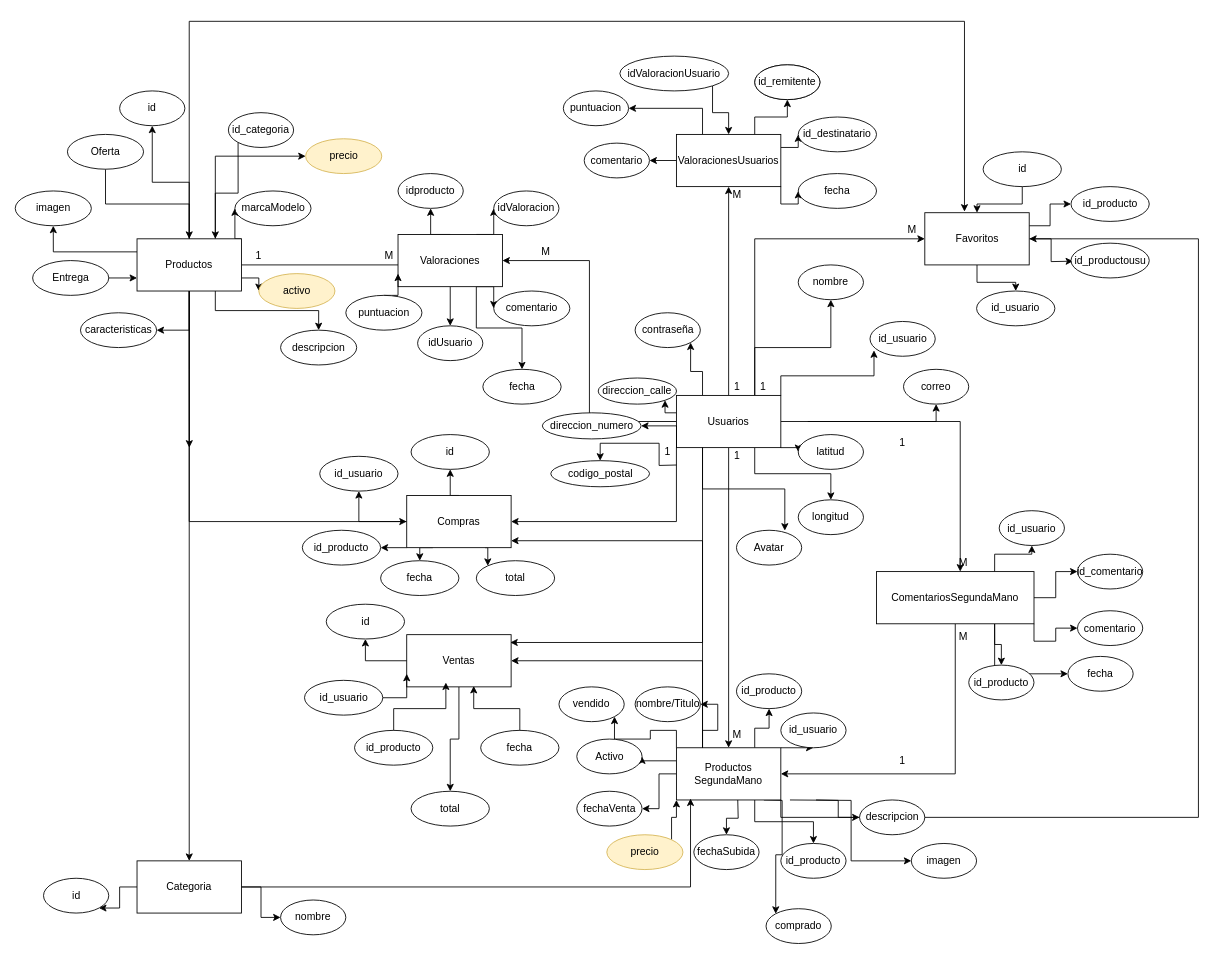
robertobordera/DigitalStore keeps this draw.io diagram as TFG.drawio. Above is the earlier version. Source tidied: cells renumbered, new cells numbered last; positions are measured from the earlier drawing's top-left corner, leaving out a move shared by most shapes. Both pictures are drawn from the tidied source at 87%, with x=0, y=0 at pixel (15, 21).
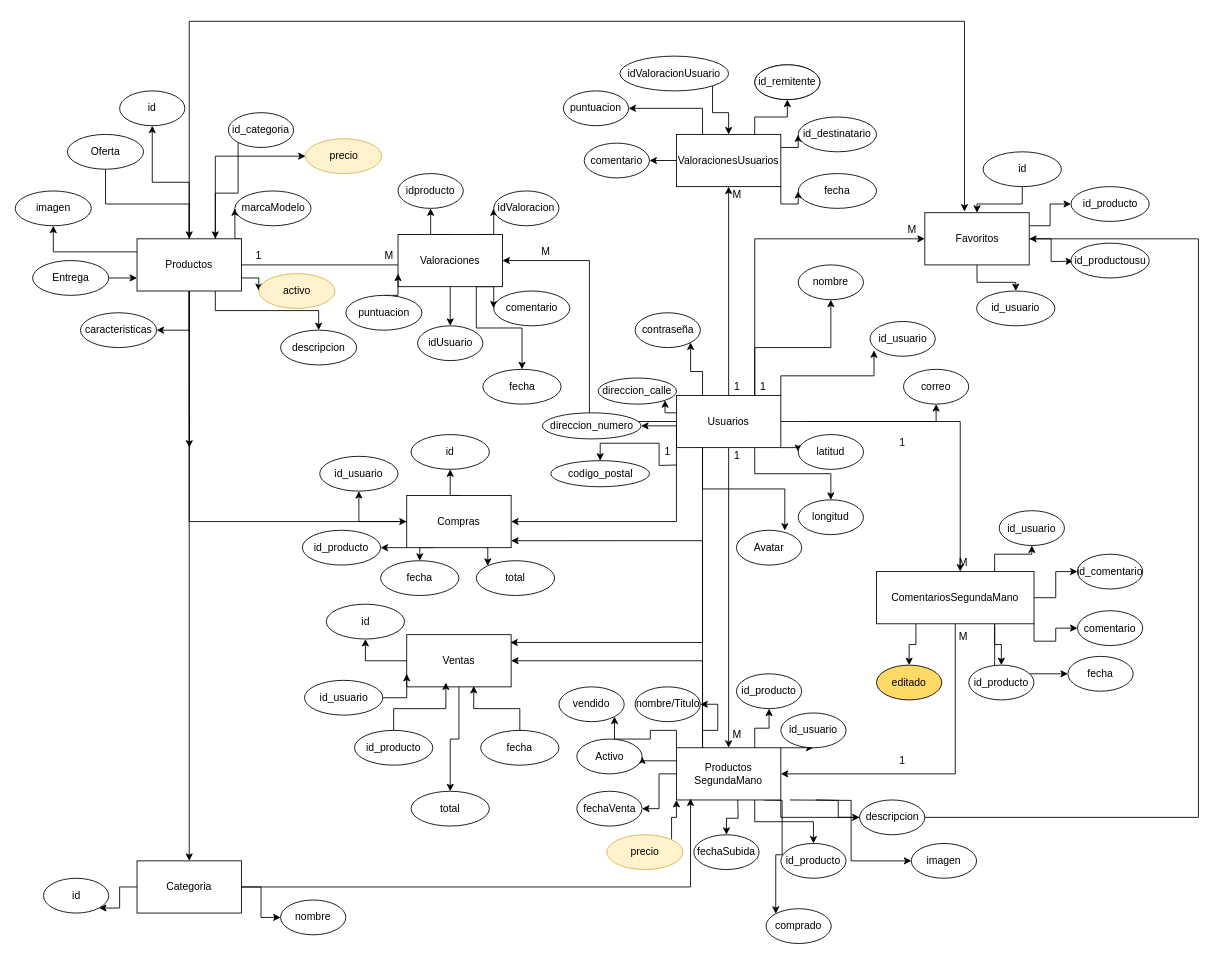
Above is the later version.

The change refers to these unchanged cells:
```xml
<mxCell id="69" value="ComentariosSegundaMano" style="rounded=0;whiteSpace=wrap;html=1;" parent="1" vertex="1">
  <mxGeometry x="990" y="632.5" width="181" height="60" as="geometry" />
</mxCell>
```

Change to the diagram source:
```diff
@@
+    <mxCell id="174" style="edgeStyle=orthogonalEdgeStyle;rounded=0;jettySize=auto;html=1;exitX=0.25;exitY=1;exitDx=0;exitDy=0;entryX=0.5;entryY=0;entryDx=0;entryDy=0;" parent="1" edge="1" source="69" target="175">
+      <mxGeometry relative="1" as="geometry" />
+    </mxCell>
@@
+    <mxCell id="175" value="editado" style="ellipse;whiteSpace=wrap;html=1;fillColor=#FFD966;" parent="1" vertex="1">
+      <mxGeometry x="990" y="740" width="75" height="40" as="geometry" />
+    </mxCell>
```
